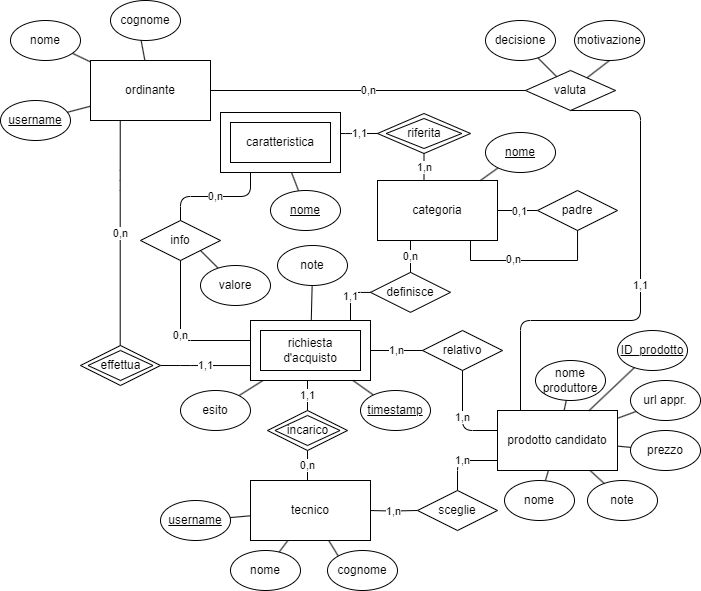
Above: assets/ER_ristrutturato.png in StefanoElisio/Progetto-base-di-dati (draw.io), before the change. Source tidied: cells renumbered, new cells last; positions are measured from the earlier drawing's top-left corner, leaving out a move shared by most shapes.
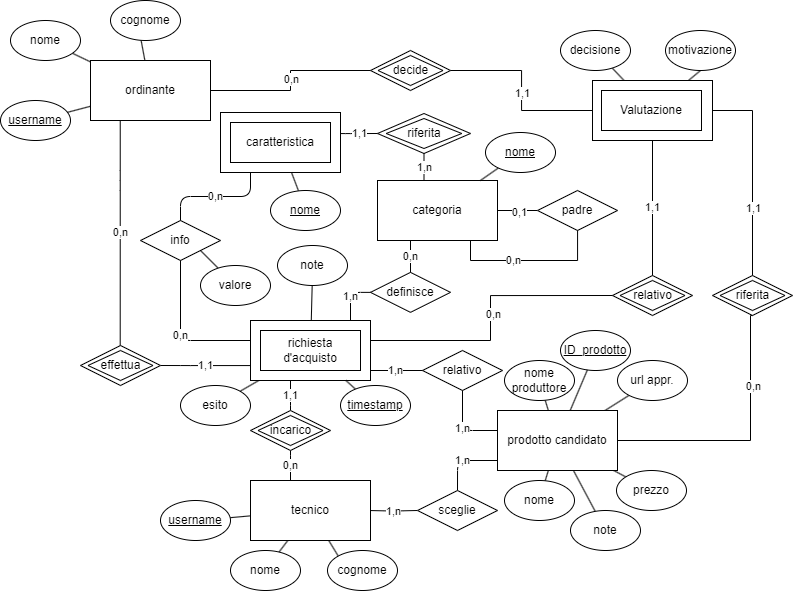
The same file after the commit.

What changed in the source:
```diff
@@ -11,9 +11,6 @@
     <mxCell id="4" style="edgeStyle=none;jettySize=auto;html=1;entryX=0.431;entryY=0.937;entryDx=0;entryDy=0;endArrow=none;endFill=0;entryPerimeter=0;" parent="1" edge="1" source="6" target="15">
       <mxGeometry relative="1" as="geometry" />
     </mxCell>
-    <mxCell id="5" value="0,n" style="edgeStyle=none;jettySize=auto;html=1;endArrow=none;endFill=0;entryX=0;entryY=0.5;entryDx=0;entryDy=0;" parent="1" edge="1" source="6" target="48">
-      <mxGeometry relative="1" as="geometry" />
-    </mxCell>
     <mxCell id="6" value="ordinante" style="rounded=0;whiteSpace=wrap;html=1;labelBackgroundColor=none;" parent="1" vertex="1">
       <mxGeometry x="90" y="60" width="120" height="60" as="geometry" />
     </mxCell>
@@ -64,16 +61,21 @@
         </Array>
       </mxGeometry>
     </mxCell>
-    <mxCell id="18" value="0,n" style="edgeStyle=orthogonalEdgeStyle;orthogonalLoop=1;jettySize=auto;html=1;entryX=0.5;entryY=1;entryDx=0;entryDy=0;endArrow=none;endFill=0;exitX=0.5;exitY=0;exitDx=0;exitDy=0;" parent="1" edge="1">
+    <mxCell id="18" value="0,n" style="edgeStyle=orthogonalEdgeStyle;jettySize=auto;html=1;endArrow=none;endFill=0;" parent="1" edge="1" source="57">
       <mxGeometry relative="1" as="geometry">
-        <mxPoint x="307" y="480" as="sourcePoint" />
-        <mxPoint x="307" y="450" as="targetPoint" />
+        <mxPoint x="290" y="450" as="targetPoint" />
+        <Array as="points">
+          <mxPoint x="290" y="460" />
+          <mxPoint x="290" y="460" />
+        </Array>
       </mxGeometry>
     </mxCell>
-    <mxCell id="19" value="1,1" style="edgeStyle=orthogonalEdgeStyle;orthogonalLoop=1;jettySize=auto;html=1;exitX=0.5;exitY=0;exitDx=0;exitDy=0;endArrow=none;endFill=0;" parent="1" edge="1">
+    <mxCell id="19" value="1,1" style="edgeStyle=orthogonalEdgeStyle;jettySize=auto;html=1;exitX=0.5;exitY=0;exitDx=0;exitDy=0;endArrow=none;endFill=0;" parent="1" edge="1" source="52" target="41">
       <mxGeometry relative="1" as="geometry">
-        <mxPoint x="307" y="410" as="sourcePoint" />
-        <mxPoint x="307" y="380" as="targetPoint" />
+        <Array as="points">
+          <mxPoint x="290" y="400" />
+          <mxPoint x="290" y="400" />
+        </Array>
       </mxGeometry>
     </mxCell>
     <mxCell id="20" value="1,n" style="edgeStyle=orthogonalEdgeStyle;jettySize=auto;html=1;endArrow=none;endFill=0;exitX=0.5;exitY=0;exitDx=0;exitDy=0;" parent="1" edge="1" source="28" target="30">
@@ -90,19 +92,19 @@
       </mxGeometry>
     </mxCell>
     <mxCell id="22" value="nome produttore" style="ellipse;whiteSpace=wrap;html=1;" parent="1" vertex="1">
-      <mxGeometry x="535" y="360" width="70" height="40" as="geometry" />
+      <mxGeometry x="504" y="360" width="70" height="40" as="geometry" />
     </mxCell>
     <mxCell id="23" value="&lt;span&gt;nome&lt;/span&gt;" style="ellipse;whiteSpace=wrap;html=1;fontStyle=0;" parent="1" vertex="1">
       <mxGeometry x="504" y="480" width="70" height="40" as="geometry" />
     </mxCell>
     <mxCell id="24" value="prezzo" style="ellipse;whiteSpace=wrap;html=1;" parent="1" vertex="1">
-      <mxGeometry x="630" y="430" width="70" height="40" as="geometry" />
+      <mxGeometry x="616" y="470" width="70" height="40" as="geometry" />
     </mxCell>
     <mxCell id="25" value="url appr." style="ellipse;whiteSpace=wrap;html=1;fontStyle=0;" parent="1" vertex="1">
-      <mxGeometry x="630" y="380" width="70" height="40" as="geometry" />
+      <mxGeometry x="617" y="360" width="70" height="40" as="geometry" />
     </mxCell>
     <mxCell id="26" value="note" style="ellipse;whiteSpace=wrap;html=1;fontStyle=0;" parent="1" vertex="1">
-      <mxGeometry x="587" y="480" width="70" height="40" as="geometry" />
+      <mxGeometry x="570" y="510" width="70" height="40" as="geometry" />
     </mxCell>
     <mxCell id="27" style="group;" parent="1" vertex="1">
       <mxGeometry x="417" y="490" width="80" height="40" as="geometry" />
@@ -117,13 +119,17 @@
       <mxGeometry width="120" height="60" as="geometry" />
     </mxCell>
     <mxCell id="31" style="group;" parent="1" vertex="1">
-      <mxGeometry x="422" y="330" width="80" height="40" as="geometry" />
+      <mxGeometry x="422" y="350" width="80" height="40" as="geometry" />
     </mxCell>
     <mxCell id="32" value="relativo" style="rhombus;whiteSpace=wrap;html=1;" parent="31" vertex="1">
       <mxGeometry width="80" height="40" as="geometry" />
     </mxCell>
     <mxCell id="33" value="1,n" style="edgeStyle=orthogonalEdgeStyle;jettySize=auto;html=1;endArrow=none;endFill=0;exitX=0;exitY=0.5;exitDx=0;exitDy=0;" parent="1" edge="1" source="32" target="41">
-      <mxGeometry relative="1" as="geometry" />
+      <mxGeometry relative="1" as="geometry">
+        <Array as="points">
+          <mxPoint x="422" y="370" />
+        </Array>
+      </mxGeometry>
     </mxCell>
     <mxCell id="34" value="1,n" style="edgeStyle=orthogonalEdgeStyle;jettySize=auto;html=1;entryX=0.5;entryY=1;entryDx=0;entryDy=0;endArrow=none;endFill=0;" parent="1" edge="1" source="30" target="32">
       <mxGeometry x="0.01" relative="1" as="geometry">
@@ -132,26 +138,17 @@
         </Array>
       </mxGeometry>
     </mxCell>
-    <mxCell id="35" value="1,1" style="edgeStyle=orthogonalEdgeStyle;jettySize=auto;html=1;endArrow=none;endFill=0;exitX=0.5;exitY=1;exitDx=0;exitDy=0;" parent="1" edge="1" source="48" target="30">
-      <mxGeometry relative="1" as="geometry">
-        <Array as="points">
-          <mxPoint x="640" y="110" />
-          <mxPoint x="640" y="320" />
-          <mxPoint x="520" y="320" />
-        </Array>
-      </mxGeometry>
-    </mxCell>
-    <mxCell id="36" style="edgeStyle=none;jettySize=auto;html=1;entryX=0.5;entryY=1;entryDx=0;entryDy=0;endArrow=none;endFill=0;" parent="1" edge="1" source="48" target="37">
+    <mxCell id="36" style="edgeStyle=none;jettySize=auto;html=1;entryX=0.5;entryY=1;entryDx=0;entryDy=0;endArrow=none;endFill=0;" parent="1" edge="1" source="94" target="37">
       <mxGeometry relative="1" as="geometry" />
     </mxCell>
     <mxCell id="37" value="motivazione" style="ellipse;whiteSpace=wrap;html=1;fontStyle=0;" parent="1" vertex="1">
-      <mxGeometry x="574" y="20" width="70" height="40" as="geometry" />
+      <mxGeometry x="665" y="30" width="70" height="40" as="geometry" />
     </mxCell>
     <mxCell id="38" style="edgeStyle=none;jettySize=auto;html=1;endArrow=none;endFill=0;" parent="1" edge="1" source="41" target="39">
       <mxGeometry relative="1" as="geometry" />
     </mxCell>
     <mxCell id="39" value="esito" style="ellipse;whiteSpace=wrap;html=1;fontStyle=0;" parent="1" vertex="1">
-      <mxGeometry x="180" y="390" width="70" height="40" as="geometry" />
+      <mxGeometry x="180" y="385" width="70" height="40" as="geometry" />
     </mxCell>
     <mxCell id="40" style="group;" parent="1" vertex="1">
       <mxGeometry x="250" y="320" width="120" height="60" as="geometry" />
@@ -175,19 +172,16 @@
       <mxGeometry relative="1" as="geometry" />
     </mxCell>
     <mxCell id="47" value="timestamp" style="ellipse;whiteSpace=wrap;html=1;fontStyle=4;" parent="1" vertex="1">
-      <mxGeometry x="360" y="390" width="70" height="40" as="geometry" />
+      <mxGeometry x="340" y="385" width="70" height="40" as="geometry" />
     </mxCell>
-    <mxCell id="48" value="valuta" style="rhombus;whiteSpace=wrap;html=1;" parent="1" vertex="1">
-      <mxGeometry x="525" y="70" width="90" height="40" as="geometry" />
-    </mxCell>
-    <mxCell id="49" style="edgeStyle=none;jettySize=auto;html=1;endArrow=none;endFill=0;" parent="1" edge="1" source="50" target="48">
+    <mxCell id="49" style="edgeStyle=none;jettySize=auto;html=1;endArrow=none;endFill=0;" parent="1" edge="1" source="50" target="94">
       <mxGeometry relative="1" as="geometry" />
     </mxCell>
     <mxCell id="50" value="decisione" style="ellipse;whiteSpace=wrap;html=1;fontStyle=0;" parent="1" vertex="1">
-      <mxGeometry x="485" y="20" width="70" height="40" as="geometry" />
+      <mxGeometry x="560" y="30" width="70" height="40" as="geometry" />
     </mxCell>
     <mxCell id="51" style="group;" parent="1" vertex="1">
-      <mxGeometry x="267" y="410" width="80" height="40" as="geometry" />
+      <mxGeometry x="250" y="410" width="80" height="40" as="geometry" />
     </mxCell>
     <mxCell id="52" style="rhombus;whiteSpace=wrap;html=1;" parent="51" vertex="1">
       <mxGeometry width="80" height="40" as="geometry" />
@@ -312,7 +306,7 @@
         </Array>
       </mxGeometry>
     </mxCell>
-    <mxCell id="87" value="1,1" style="edgeStyle=orthogonalEdgeStyle;rounded=1;jettySize=auto;html=1;endArrow=none;endFill=0;curved=0;" parent="1" edge="1" source="85" target="41">
+    <mxCell id="87" value="1,n" style="edgeStyle=orthogonalEdgeStyle;rounded=1;jettySize=auto;html=1;endArrow=none;endFill=0;curved=0;" parent="1" edge="1" source="85" target="41">
       <mxGeometry relative="1" as="geometry">
         <Array as="points">
           <mxPoint x="350" y="292" />
@@ -320,7 +314,7 @@
       </mxGeometry>
     </mxCell>
     <mxCell id="88" value="ID_prodotto" style="ellipse;whiteSpace=wrap;html=1;fontStyle=4;" parent="1" vertex="1">
-      <mxGeometry x="617" y="330" width="70" height="40" as="geometry" />
+      <mxGeometry x="560" y="330" width="70" height="40" as="geometry" />
     </mxCell>
     <mxCell id="89" style="edgeStyle=none;jettySize=auto;html=1;endArrow=none;endFill=0;" parent="1" edge="1" source="30" target="88">
       <mxGeometry relative="1" as="geometry" />
@@ -342,5 +336,97 @@
     <mxCell id="93" value="0,n" style="edgeLabel;html=1;align=center;verticalAlign=middle;" parent="92" vertex="1">
       <mxGeometry x="0.2" y="-1" relative="1" as="geometry" />
     </mxCell>
+    <mxCell id="94" style="rounded=0;whiteSpace=wrap;html=1;" parent="1" vertex="1">
+      <mxGeometry x="592" y="80" width="120" height="60" as="geometry" />
+    </mxCell>
+    <mxCell id="95" value="Valutazione" style="rounded=0;whiteSpace=wrap;html=1;labelBackgroundColor=none;" parent="1" vertex="1">
+      <mxGeometry x="601" y="90" width="100" height="40" as="geometry" />
+    </mxCell>
+    <mxCell id="96" style="group;" parent="1" vertex="1">
+      <mxGeometry x="712" y="275" width="80" height="40" as="geometry" />
+    </mxCell>
+    <mxCell id="97" style="rhombus;whiteSpace=wrap;html=1;" parent="96" vertex="1">
+      <mxGeometry width="80" height="40" as="geometry" />
+    </mxCell>
+    <mxCell id="98" value="riferita" style="rhombus;whiteSpace=wrap;html=1;" parent="96" vertex="1">
+      <mxGeometry x="7.5" y="5" width="65" height="30" as="geometry" />
+    </mxCell>
+    <mxCell id="99" style="group;" parent="1" vertex="1">
+      <mxGeometry x="612" y="275" width="80" height="40" as="geometry" />
+    </mxCell>
+    <mxCell id="100" style="rhombus;whiteSpace=wrap;html=1;" parent="99" vertex="1">
+      <mxGeometry width="80" height="40" as="geometry" />
+    </mxCell>
+    <mxCell id="101" value="relativo" style="rhombus;whiteSpace=wrap;html=1;" parent="99" vertex="1">
+      <mxGeometry x="7.5" y="5" width="65" height="30" as="geometry" />
+    </mxCell>
+    <mxCell id="102" style="edgeStyle=orthogonalEdgeStyle;rounded=0;jettySize=auto;html=1;endArrow=none;endFill=0;exitX=0;exitY=0.5;exitDx=0;exitDy=0;" parent="1" edge="1" source="100" target="41">
+      <mxGeometry relative="1" as="geometry">
+        <Array as="points">
+          <mxPoint x="490" y="295" />
+          <mxPoint x="490" y="340" />
+        </Array>
+      </mxGeometry>
+    </mxCell>
+    <mxCell id="103" value="0,n" style="edgeLabel;html=1;align=center;verticalAlign=middle;" parent="102" vertex="1">
+      <mxGeometry x="-0.02" y="2" relative="1" as="geometry" />
+    </mxCell>
+    <mxCell id="104" value="1,1" style="edgeStyle=orthogonalEdgeStyle;rounded=0;jettySize=auto;html=1;endArrow=none;endFill=0;" parent="1" edge="1" source="100" target="94">
+      <mxGeometry relative="1" as="geometry">
+        <Array as="points">
+          <mxPoint x="652" y="210" />
+          <mxPoint x="652" y="210" />
+        </Array>
+      </mxGeometry>
+    </mxCell>
+    <mxCell id="105" style="edgeStyle=orthogonalEdgeStyle;rounded=0;jettySize=auto;html=1;endArrow=none;endFill=0;exitX=0.5;exitY=0;exitDx=0;exitDy=0;" parent="1" edge="1" source="97" target="94">
+      <mxGeometry relative="1" as="geometry">
+        <Array as="points">
+          <mxPoint x="752" y="110" />
+        </Array>
+      </mxGeometry>
+    </mxCell>
+    <mxCell id="106" value="1,1" style="edgeLabel;html=1;align=center;verticalAlign=middle;" parent="105" vertex="1">
+      <mxGeometry x="-0.33" y="-2" relative="1" as="geometry">
+        <mxPoint x="-2" as="offset" />
+      </mxGeometry>
+    </mxCell>
+    <mxCell id="107" style="edgeStyle=orthogonalEdgeStyle;rounded=0;jettySize=auto;html=1;endArrow=none;endFill=0;exitX=0.5;exitY=1;exitDx=0;exitDy=0;" parent="1" edge="1" source="97" target="30">
+      <mxGeometry relative="1" as="geometry">
+        <Array as="points">
+          <mxPoint x="750" y="315" />
+          <mxPoint x="750" y="440" />
+        </Array>
+      </mxGeometry>
+    </mxCell>
+    <mxCell id="108" value="0,n" style="edgeLabel;html=1;align=center;verticalAlign=middle;" parent="107" vertex="1">
+      <mxGeometry x="-0.44" y="2" relative="1" as="geometry" />
+    </mxCell>
+    <mxCell id="109" style="group;" parent="1" vertex="1">
+      <mxGeometry x="370" y="50" width="80" height="40" as="geometry" />
+    </mxCell>
+    <mxCell id="110" style="rhombus;whiteSpace=wrap;html=1;" parent="109" vertex="1">
+      <mxGeometry width="80" height="40" as="geometry" />
+    </mxCell>
+    <mxCell id="111" value="decide" style="rhombus;whiteSpace=wrap;html=1;" parent="109" vertex="1">
+      <mxGeometry x="7.5" y="5" width="65" height="30" as="geometry" />
+    </mxCell>
+    <mxCell id="112" style="edgeStyle=orthogonalEdgeStyle;rounded=0;jettySize=auto;html=1;endArrow=none;endFill=0;" parent="1" edge="1" source="110" target="94">
+      <mxGeometry relative="1" as="geometry">
+        <Array as="points">
+          <mxPoint x="521" y="70" />
+          <mxPoint x="521" y="110" />
+        </Array>
+      </mxGeometry>
+    </mxCell>
+    <mxCell id="113" value="1,1" style="edgeLabel;html=1;align=center;verticalAlign=middle;" parent="112" vertex="1">
+      <mxGeometry x="0.02" relative="1" as="geometry" />
+    </mxCell>
+    <mxCell id="114" style="edgeStyle=orthogonalEdgeStyle;rounded=0;jettySize=auto;html=1;entryX=1;entryY=0.5;entryDx=0;entryDy=0;endArrow=none;endFill=0;" parent="1" edge="1" source="110" target="6">
+      <mxGeometry relative="1" as="geometry" />
+    </mxCell>
+    <mxCell id="115" value="0,n" style="edgeLabel;html=1;align=center;verticalAlign=middle;" parent="114" vertex="1">
+      <mxGeometry x="-0.02" relative="1" as="geometry" />
+    </mxCell>
   </root>
 </mxGraphModel>
```
